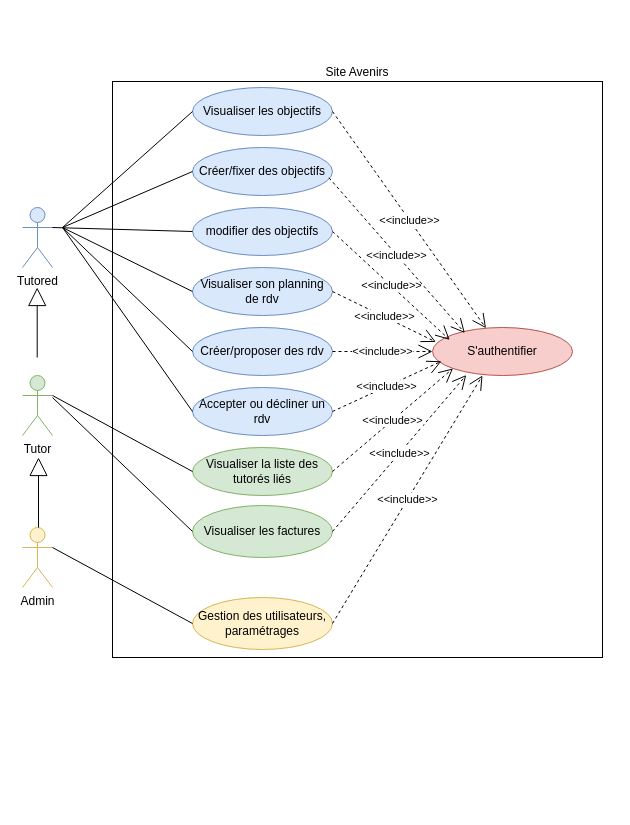
cbeauquel/oc_projet9 keeps this draw.io diagram as page "Diagramme cas d'utilisation" (1 of 4) of uml_avenirs.drawio. Above is the earlier version. Source tidied: cells renumbered, new cells numbered last; positions are measured from the earlier drawing's top-left corner, leaving out a move shared by most shapes. Both pictures are drawn from the tidied source at 100%, with x=0, y=0 at pixel (22, 81).
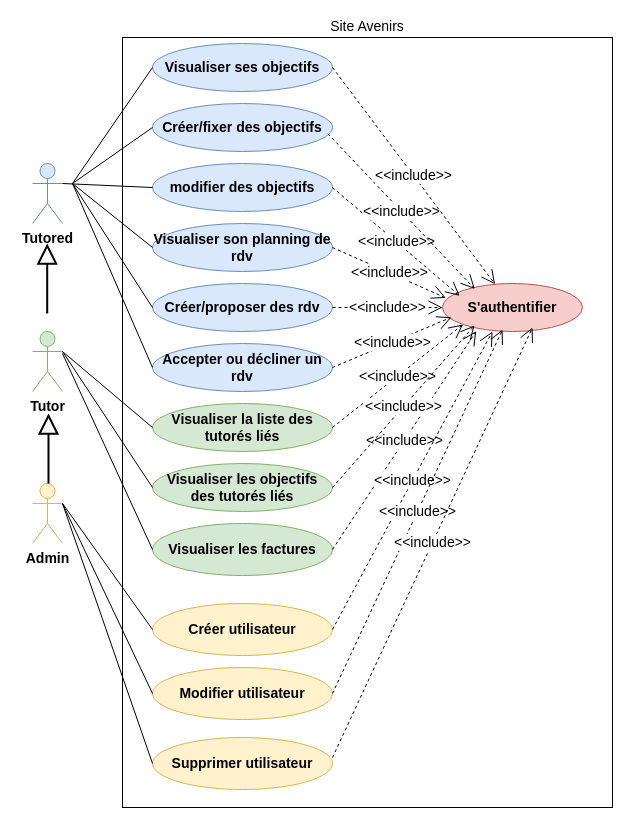
The same diagram, later.

Commit message (it also covers changes not shown here):
Mettre à jour uml_avenirs, diag activite (détail activités admin).drawio

The edit, as a diff of the source:
```diff
@@
-    <mxCell id="2" value="Tutored" style="shape=umlActor;verticalLabelPosition=bottom;verticalAlign=top;html=1;fillColor=#dae8fc;strokeColor=#6c8ebf;" parent="1" vertex="1">
-      <mxGeometry y="126" width="30" height="60" as="geometry" />
+    <mxCell id="2" value="Tutored" style="shape=umlActor;verticalLabelPosition=bottom;verticalAlign=top;html=1;fillColor=#dae8fc;strokeColor=#6c8ebf;fontSize=14;fontStyle=1;" parent="1" vertex="1">
+      <mxGeometry x="10" y="82" width="30" height="60" as="geometry" />
     </mxCell>
-    <mxCell id="3" value="Tutor" style="shape=umlActor;verticalLabelPosition=bottom;verticalAlign=top;html=1;outlineConnect=0;fillColor=#d5e8d4;strokeColor=#82b366;" parent="1" vertex="1">
-      <mxGeometry y="294" width="30" height="60" as="geometry" />
+    <mxCell id="3" value="Tutor" style="shape=umlActor;verticalLabelPosition=bottom;verticalAlign=top;html=1;outlineConnect=0;fillColor=#d5e8d4;strokeColor=#82b366;fontSize=14;fontStyle=1;" parent="1" vertex="1">
+      <mxGeometry x="10" y="250" width="30" height="60" as="geometry" />
     </mxCell>
-    <mxCell id="4" value="Admin" style="shape=umlActor;verticalLabelPosition=bottom;verticalAlign=top;html=1;outlineConnect=0;fillColor=#fff2cc;strokeColor=#d6b656;" parent="1" vertex="1">
-      <mxGeometry y="446" width="30" height="60" as="geometry" />
+    <mxCell id="4" value="Admin" style="shape=umlActor;verticalLabelPosition=bottom;verticalAlign=top;html=1;outlineConnect=0;fillColor=#fff2cc;strokeColor=#d6b656;fontSize=14;fontStyle=1;" parent="1" vertex="1">
+      <mxGeometry x="10" y="402" width="30" height="60" as="geometry" />
     </mxCell>
-    <mxCell id="5" value="Site Avenirs" style="html=1;whiteSpace=wrap;glass=0;labelPosition=center;verticalLabelPosition=top;align=center;verticalAlign=bottom;" parent="1" vertex="1">
-      <mxGeometry x="90" width="490" height="576" as="geometry" />
+    <mxCell id="5" value="Site Avenirs" style="html=1;whiteSpace=wrap;glass=0;labelPosition=center;verticalLabelPosition=top;align=center;verticalAlign=bottom;fontSize=14;fontStyle=0;" parent="1" vertex="1">
+      <mxGeometry x="100" y="-44" width="490" height="770" as="geometry" />
     </mxCell>
-    <mxCell id="6" value="S'authentifier" style="ellipse;whiteSpace=wrap;html=1;labelBackgroundColor=none;fillColor=#f8cecc;strokeColor=#b85450;" parent="1" vertex="1">
-      <mxGeometry x="410" y="246" width="140" height="48" as="geometry" />
+    <mxCell id="6" value="S'authentifier" style="ellipse;whiteSpace=wrap;html=1;labelBackgroundColor=none;fillColor=#f8cecc;strokeColor=#b85450;fontSize=14;fontStyle=1;" parent="1" vertex="1">
+      <mxGeometry x="420" y="202" width="140" height="48" as="geometry" />
     </mxCell>
-    <mxCell id="7" value="Visualiser les objectifs" style="ellipse;whiteSpace=wrap;html=1;fillColor=#dae8fc;strokeColor=#6c8ebf;" parent="1" vertex="1">
-      <mxGeometry x="170" y="6" width="140" height="48" as="geometry" />
+    <mxCell id="7" value="Visualiser ses objectifs" style="ellipse;whiteSpace=wrap;html=1;fillColor=#dae8fc;strokeColor=#6c8ebf;fontSize=14;fontStyle=1;" parent="1" vertex="1">
+      <mxGeometry x="130" y="-38" width="180" height="48" as="geometry" />
     </mxCell>
-    <mxCell id="8" value="Créer/fixer des objectifs" style="ellipse;whiteSpace=wrap;html=1;fillColor=#dae8fc;strokeColor=#6c8ebf;" parent="1" vertex="1">
-      <mxGeometry x="170" y="66" width="140" height="48" as="geometry" />
+    <mxCell id="8" value="Créer/fixer des objectifs" style="ellipse;whiteSpace=wrap;html=1;fillColor=#dae8fc;strokeColor=#6c8ebf;fontSize=14;fontStyle=1;" parent="1" vertex="1">
+      <mxGeometry x="130" y="22" width="180" height="48" as="geometry" />
     </mxCell>
-    <mxCell id="9" value="Créer/proposer des rdv" style="ellipse;whiteSpace=wrap;html=1;fillColor=#dae8fc;strokeColor=#6c8ebf;" parent="1" vertex="1">
-      <mxGeometry x="170" y="246" width="140" height="48" as="geometry" />
+    <mxCell id="9" value="Créer/proposer des rdv" style="ellipse;whiteSpace=wrap;html=1;fillColor=#dae8fc;strokeColor=#6c8ebf;fontSize=14;fontStyle=1;" parent="1" vertex="1">
+      <mxGeometry x="130" y="202" width="180" height="48" as="geometry" />
     </mxCell>
-    <mxCell id="10" value="Accepter ou décliner un rdv" style="ellipse;whiteSpace=wrap;html=1;fillColor=#dae8fc;strokeColor=#6c8ebf;" parent="1" vertex="1">
-      <mxGeometry x="170" y="306" width="140" height="48" as="geometry" />
+    <mxCell id="10" value="Accepter ou décliner un rdv" style="ellipse;whiteSpace=wrap;html=1;fillColor=#dae8fc;strokeColor=#6c8ebf;fontSize=14;fontStyle=1;" parent="1" vertex="1">
+      <mxGeometry x="130" y="262" width="180" height="48" as="geometry" />
     </mxCell>
-    <mxCell id="11" value="Visualiser la liste des tutorés liés" style="ellipse;whiteSpace=wrap;html=1;fillColor=#d5e8d4;strokeColor=#82b366;" parent="1" vertex="1">
-      <mxGeometry x="170" y="366" width="140" height="48" as="geometry" />
+    <mxCell id="11" value="Visualiser la liste des tutorés liés" style="ellipse;whiteSpace=wrap;html=1;fillColor=#d5e8d4;strokeColor=#82b366;fontSize=14;fontStyle=1;" parent="1" vertex="1">
+      <mxGeometry x="130" y="322" width="180" height="48" as="geometry" />
     </mxCell>
-    <mxCell id="12" value="Visualiser son planning de rdv" style="ellipse;whiteSpace=wrap;html=1;fillColor=#dae8fc;strokeColor=#6c8ebf;" parent="1" vertex="1">
-      <mxGeometry x="170" y="186" width="140" height="48" as="geometry" />
+    <mxCell id="12" value="Visualiser son planning de rdv" style="ellipse;whiteSpace=wrap;html=1;fillColor=#dae8fc;strokeColor=#6c8ebf;fontSize=14;fontStyle=1;" parent="1" vertex="1">
+      <mxGeometry x="130" y="142" width="180" height="48" as="geometry" />
     </mxCell>
-    <mxCell id="13" value="Visualiser les factures" style="ellipse;whiteSpace=wrap;html=1;fillColor=#d5e8d4;strokeColor=#82b366;" parent="1" vertex="1">
-      <mxGeometry x="170" y="424" width="140" height="52" as="geometry" />
+    <mxCell id="13" value="Visualiser les factures" style="ellipse;whiteSpace=wrap;html=1;fillColor=#d5e8d4;strokeColor=#82b366;fontSize=14;fontStyle=1;" parent="1" vertex="1">
+      <mxGeometry x="130" y="442" width="180" height="52" as="geometry" />
     </mxCell>
-    <mxCell id="14" value="modifier des objectifs" style="ellipse;whiteSpace=wrap;html=1;fillColor=#dae8fc;strokeColor=#6c8ebf;" parent="1" vertex="1">
-      <mxGeometry x="170" y="126" width="140" height="48" as="geometry" />
+    <mxCell id="14" value="modifier des objectifs" style="ellipse;whiteSpace=wrap;html=1;fillColor=#dae8fc;strokeColor=#6c8ebf;fontSize=14;fontStyle=1;" parent="1" vertex="1">
+      <mxGeometry x="130" y="82" width="180" height="48" as="geometry" />
     </mxCell>
-    <mxCell id="15" value="&amp;lt;&amp;lt;include&amp;gt;&amp;gt;" style="endArrow=open;endSize=12;dashed=1;html=1;rounded=0;exitX=1;exitY=0.5;exitDx=0;exitDy=0;entryX=0.241;entryY=0.991;entryDx=0;entryDy=0;entryPerimeter=0;" parent="1" edge="1" source="13" target="6">
+    <mxCell id="15" value="&amp;lt;&amp;lt;include&amp;gt;&amp;gt;" style="endArrow=open;endSize=12;dashed=1;html=1;rounded=0;exitX=1;exitY=0.5;exitDx=0;exitDy=0;entryX=0.241;entryY=0.991;entryDx=0;entryDy=0;entryPerimeter=0;fontSize=14;fontStyle=0;" parent="1" edge="1" source="13" target="6">
       <mxGeometry relative="1" as="geometry" />
     </mxCell>
-    <mxCell id="16" value="&amp;lt;&amp;lt;include&amp;gt;&amp;gt;" style="endArrow=open;endSize=12;dashed=1;html=1;rounded=0;exitX=1;exitY=0.5;exitDx=0;exitDy=0;entryX=0;entryY=1;entryDx=0;entryDy=0;" parent="1" edge="1" source="11" target="6">
+    <mxCell id="16" value="&amp;lt;&amp;lt;include&amp;gt;&amp;gt;" style="endArrow=open;endSize=12;dashed=1;html=1;rounded=0;exitX=1;exitY=0.5;exitDx=0;exitDy=0;entryX=0;entryY=1;entryDx=0;entryDy=0;fontSize=14;fontStyle=0;" parent="1" edge="1" source="11" target="6">
       <mxGeometry relative="1" as="geometry" />
     </mxCell>
-    <mxCell id="17" value="Gestion des utilisateurs, paramétrages" style="ellipse;whiteSpace=wrap;html=1;fillColor=#fff2cc;strokeColor=#d6b656;" parent="1" vertex="1">
-      <mxGeometry x="170" y="516" width="140" height="52" as="geometry" />
+    <mxCell id="17" value="Créer utilisateur" style="ellipse;whiteSpace=wrap;html=1;fillColor=#fff2cc;strokeColor=#d6b656;fontSize=14;fontStyle=1;" parent="1" vertex="1">
+      <mxGeometry x="130" y="522" width="180" height="52" as="geometry" />
     </mxCell>
-    <mxCell id="18" value="&amp;lt;&amp;lt;include&amp;gt;&amp;gt;" style="endArrow=open;endSize=12;dashed=1;html=1;rounded=0;exitX=1;exitY=0.5;exitDx=0;exitDy=0;entryX=0.357;entryY=1;entryDx=0;entryDy=0;entryPerimeter=0;" parent="1" edge="1" source="17" target="6">
+    <mxCell id="18" value="&amp;lt;&amp;lt;include&amp;gt;&amp;gt;" style="endArrow=open;endSize=12;dashed=1;html=1;rounded=0;exitX=1;exitY=0.5;exitDx=0;exitDy=0;entryX=0.357;entryY=1;entryDx=0;entryDy=0;entryPerimeter=0;fontSize=14;fontStyle=0;" parent="1" edge="1" source="17" target="6">
       <mxGeometry relative="1" as="geometry" />
     </mxCell>
-    <mxCell id="19" value="&amp;lt;&amp;lt;include&amp;gt;&amp;gt;" style="endArrow=open;endSize=12;dashed=1;html=1;rounded=0;exitX=1;exitY=0.5;exitDx=0;exitDy=0;entryX=0.064;entryY=0.703;entryDx=0;entryDy=0;entryPerimeter=0;" parent="1" edge="1" source="10" target="6">
+    <mxCell id="19" value="&amp;lt;&amp;lt;include&amp;gt;&amp;gt;" style="endArrow=open;endSize=12;dashed=1;html=1;rounded=0;exitX=1;exitY=0.5;exitDx=0;exitDy=0;entryX=0.064;entryY=0.703;entryDx=0;entryDy=0;entryPerimeter=0;fontSize=14;fontStyle=0;" parent="1" edge="1" source="10" target="6">
       <mxGeometry relative="1" as="geometry" />
     </mxCell>
-    <mxCell id="20" value="&amp;lt;&amp;lt;include&amp;gt;&amp;gt;" style="endArrow=open;endSize=12;dashed=1;html=1;rounded=0;exitX=1;exitY=0.5;exitDx=0;exitDy=0;entryX=0;entryY=0.5;entryDx=0;entryDy=0;" parent="1" edge="1" source="9" target="6">
+    <mxCell id="20" value="&amp;lt;&amp;lt;include&amp;gt;&amp;gt;" style="endArrow=open;endSize=12;dashed=1;html=1;rounded=0;exitX=1;exitY=0.5;exitDx=0;exitDy=0;entryX=0;entryY=0.5;entryDx=0;entryDy=0;fontSize=14;fontStyle=0;" parent="1" edge="1" source="9" target="6">
       <mxGeometry relative="1" as="geometry" />
     </mxCell>
-    <mxCell id="21" value="&amp;lt;&amp;lt;include&amp;gt;&amp;gt;" style="endArrow=open;endSize=12;dashed=1;html=1;rounded=0;exitX=1;exitY=0.5;exitDx=0;exitDy=0;entryX=0.024;entryY=0.301;entryDx=0;entryDy=0;entryPerimeter=0;" parent="1" edge="1" source="12" target="6">
+    <mxCell id="21" value="&amp;lt;&amp;lt;include&amp;gt;&amp;gt;" style="endArrow=open;endSize=12;dashed=1;html=1;rounded=0;exitX=1;exitY=0.5;exitDx=0;exitDy=0;entryX=0.024;entryY=0.301;entryDx=0;entryDy=0;entryPerimeter=0;fontSize=14;fontStyle=0;" parent="1" edge="1" source="12" target="6">
       <mxGeometry relative="1" as="geometry" />
     </mxCell>
-    <mxCell id="22" value="&amp;lt;&amp;lt;include&amp;gt;&amp;gt;" style="endArrow=open;endSize=12;dashed=1;html=1;rounded=0;exitX=1;exitY=0.5;exitDx=0;exitDy=0;entryX=0.123;entryY=0.258;entryDx=0;entryDy=0;entryPerimeter=0;" parent="1" edge="1" source="14" target="6">
+    <mxCell id="22" value="&amp;lt;&amp;lt;include&amp;gt;&amp;gt;" style="endArrow=open;endSize=12;dashed=1;html=1;rounded=0;exitX=1;exitY=0.5;exitDx=0;exitDy=0;entryX=0.123;entryY=0.258;entryDx=0;entryDy=0;entryPerimeter=0;fontSize=14;fontStyle=0;" parent="1" edge="1" source="14" target="6">
       <mxGeometry relative="1" as="geometry" />
     </mxCell>
-    <mxCell id="23" value="&amp;lt;&amp;lt;include&amp;gt;&amp;gt;" style="endArrow=open;endSize=12;dashed=1;html=1;rounded=0;exitX=0.975;exitY=0.631;exitDx=0;exitDy=0;entryX=0.231;entryY=0.114;entryDx=0;entryDy=0;exitPerimeter=0;entryPerimeter=0;" parent="1" edge="1" source="8" target="6">
+    <mxCell id="23" value="&amp;lt;&amp;lt;include&amp;gt;&amp;gt;" style="endArrow=open;endSize=12;dashed=1;html=1;rounded=0;exitX=0.975;exitY=0.631;exitDx=0;exitDy=0;entryX=0.231;entryY=0.114;entryDx=0;entryDy=0;exitPerimeter=0;entryPerimeter=0;fontSize=14;fontStyle=0;" parent="1" edge="1" source="8" target="6">
       <mxGeometry relative="1" as="geometry" />
     </mxCell>
-    <mxCell id="24" value="&amp;lt;&amp;lt;include&amp;gt;&amp;gt;" style="endArrow=open;endSize=12;dashed=1;html=1;rounded=0;exitX=1;exitY=0.5;exitDx=0;exitDy=0;" parent="1" edge="1" source="7" target="6">
+    <mxCell id="24" value="&amp;lt;&amp;lt;include&amp;gt;&amp;gt;" style="endArrow=open;endSize=12;dashed=1;html=1;rounded=0;exitX=1;exitY=0.5;exitDx=0;exitDy=0;fontSize=14;fontStyle=0;" parent="1" edge="1" source="7" target="6">
       <mxGeometry relative="1" as="geometry" />
     </mxCell>
-    <mxCell id="25" style="endArrow=block;endSize=16;endFill=0;html=1;rounded=0;exitX=0.5;exitY=0;exitDx=0;exitDy=0;exitPerimeter=0;" parent="1" edge="1">
+    <mxCell id="25" style="endArrow=block;endSize=16;endFill=0;html=1;rounded=0;exitX=0.5;exitY=0;exitDx=0;exitDy=0;exitPerimeter=0;fontSize=14;fontStyle=0;strokeWidth=2;" parent="1" edge="1">
       <mxGeometry relative="1" as="geometry">
-        <mxPoint x="16" y="446" as="sourcePoint" />
-        <mxPoint x="16" y="376" as="targetPoint" />
+        <mxPoint x="26" y="402" as="sourcePoint" />
+        <mxPoint x="26" y="332" as="targetPoint" />
       </mxGeometry>
     </mxCell>
-    <mxCell id="26" style="endArrow=block;endSize=16;endFill=0;html=1;rounded=0;exitX=0.5;exitY=0;exitDx=0;exitDy=0;exitPerimeter=0;" parent="1" edge="1">
+    <mxCell id="26" style="endArrow=block;endSize=16;endFill=0;html=1;rounded=0;exitX=0.5;exitY=0;exitDx=0;exitDy=0;exitPerimeter=0;fontSize=14;fontStyle=0;strokeWidth=2;" parent="1" edge="1">
       <mxGeometry relative="1" as="geometry">
-        <mxPoint x="14.7" y="276" as="sourcePoint" />
-        <mxPoint x="14.7" y="206" as="targetPoint" />
+        <mxPoint x="24.7" y="232" as="sourcePoint" />
+        <mxPoint x="24.7" y="162" as="targetPoint" />
       </mxGeometry>
     </mxCell>
-    <mxCell id="27" style="rounded=0;jettySize=auto;html=1;entryX=0;entryY=0.5;entryDx=0;entryDy=0;endArrow=none;endFill=0;" parent="1" edge="1" target="7">
+    <mxCell id="27" style="rounded=0;jettySize=auto;html=1;entryX=0;entryY=0.5;entryDx=0;entryDy=0;endArrow=none;endFill=0;fontSize=14;fontStyle=0;" parent="1" edge="1" target="7">
       <mxGeometry relative="1" as="geometry">
-        <mxPoint x="40" y="146" as="sourcePoint" />
+        <mxPoint x="50" y="102" as="sourcePoint" />
       </mxGeometry>
     </mxCell>
-    <mxCell id="28" style="rounded=0;jettySize=auto;html=1;entryX=0;entryY=0.5;entryDx=0;entryDy=0;endArrow=none;endFill=0;" parent="1" edge="1" target="8">
+    <mxCell id="28" style="rounded=0;jettySize=auto;html=1;entryX=0;entryY=0.5;entryDx=0;entryDy=0;endArrow=none;endFill=0;fontSize=14;fontStyle=0;" parent="1" edge="1" target="8">
       <mxGeometry relative="1" as="geometry">
-        <mxPoint x="40" y="146" as="sourcePoint" />
+        <mxPoint x="50" y="102" as="sourcePoint" />
       </mxGeometry>
     </mxCell>
-    <mxCell id="29" style="rounded=0;jettySize=auto;html=1;entryX=0;entryY=0.5;entryDx=0;entryDy=0;endArrow=none;endFill=0;" parent="1" edge="1" target="14">
+    <mxCell id="29" style="rounded=0;jettySize=auto;html=1;entryX=0;entryY=0.5;entryDx=0;entryDy=0;endArrow=none;endFill=0;fontSize=14;fontStyle=0;" parent="1" edge="1" target="14">
       <mxGeometry relative="1" as="geometry">
-        <mxPoint x="30" y="146" as="sourcePoint" />
+        <mxPoint x="40" y="102" as="sourcePoint" />
       </mxGeometry>
     </mxCell>
-    <mxCell id="30" style="rounded=0;jettySize=auto;html=1;entryX=0;entryY=0.5;entryDx=0;entryDy=0;endArrow=none;endFill=0;" parent="1" edge="1" target="12">
+    <mxCell id="30" style="rounded=0;jettySize=auto;html=1;entryX=0;entryY=0.5;entryDx=0;entryDy=0;endArrow=none;endFill=0;fontSize=14;fontStyle=0;" parent="1" edge="1" target="12">
       <mxGeometry relative="1" as="geometry">
-        <mxPoint x="40" y="146" as="sourcePoint" />
+        <mxPoint x="50" y="102" as="sourcePoint" />
       </mxGeometry>
     </mxCell>
-    <mxCell id="31" style="rounded=0;jettySize=auto;html=1;entryX=0;entryY=0.5;entryDx=0;entryDy=0;endArrow=none;endFill=0;" parent="1" edge="1" target="9">
+    <mxCell id="31" style="rounded=0;jettySize=auto;html=1;entryX=0;entryY=0.5;entryDx=0;entryDy=0;endArrow=none;endFill=0;fontSize=14;fontStyle=0;" parent="1" edge="1" target="9">
       <mxGeometry relative="1" as="geometry">
-        <mxPoint x="40" y="146" as="sourcePoint" />
+        <mxPoint x="50" y="102" as="sourcePoint" />
       </mxGeometry>
     </mxCell>
-    <mxCell id="32" style="rounded=0;jettySize=auto;html=1;entryX=0;entryY=0.5;entryDx=0;entryDy=0;endArrow=none;endFill=0;" parent="1" edge="1" target="10">
+    <mxCell id="32" style="rounded=0;jettySize=auto;html=1;entryX=0;entryY=0.5;entryDx=0;entryDy=0;endArrow=none;endFill=0;fontSize=14;fontStyle=0;" parent="1" edge="1" target="10">
       <mxGeometry relative="1" as="geometry">
-        <mxPoint x="40" y="146" as="sourcePoint" />
+        <mxPoint x="50" y="102" as="sourcePoint" />
       </mxGeometry>
     </mxCell>
-    <mxCell id="33" style="rounded=0;jettySize=auto;html=1;entryX=0;entryY=0.5;entryDx=0;entryDy=0;endArrow=none;endFill=0;exitX=1;exitY=0.3333333333333333;exitDx=0;exitDy=0;exitPerimeter=0;" parent="1" edge="1" source="3" target="11">
+    <mxCell id="33" style="rounded=0;jettySize=auto;html=1;entryX=0;entryY=0.5;entryDx=0;entryDy=0;endArrow=none;endFill=0;exitX=1;exitY=0.3333333333333333;exitDx=0;exitDy=0;exitPerimeter=0;fontSize=14;fontStyle=0;" parent="1" edge="1" source="3" target="11">
       <mxGeometry relative="1" as="geometry" />
     </mxCell>
-    <mxCell id="34" style="rounded=0;jettySize=auto;html=1;entryX=0;entryY=0.5;entryDx=0;entryDy=0;endArrow=none;endFill=0;" parent="1" edge="1" target="13">
+    <mxCell id="34" style="rounded=0;jettySize=auto;html=1;entryX=0;entryY=0.5;entryDx=0;entryDy=0;endArrow=none;endFill=0;fontSize=14;fontStyle=0;" parent="1" edge="1" target="13">
       <mxGeometry relative="1" as="geometry">
-        <mxPoint x="30" y="316" as="sourcePoint" />
+        <mxPoint x="40" y="272" as="sourcePoint" />
       </mxGeometry>
     </mxCell>
-    <mxCell id="35" style="rounded=0;jettySize=auto;html=1;entryX=0;entryY=0.5;entryDx=0;entryDy=0;endArrow=none;endFill=0;exitX=1;exitY=0.3333333333333333;exitDx=0;exitDy=0;exitPerimeter=0;" parent="1" edge="1" source="4" target="17">
+    <mxCell id="35" style="rounded=0;jettySize=auto;html=1;entryX=0;entryY=0.5;entryDx=0;entryDy=0;endArrow=none;endFill=0;exitX=1;exitY=0.3333333333333333;exitDx=0;exitDy=0;exitPerimeter=0;fontSize=14;fontStyle=0;" parent="1" edge="1" source="4" target="17">
       <mxGeometry relative="1" as="geometry" />
     </mxCell>
+    <mxCell id="36" value="Visualiser les objectifs des tutorés liés" style="ellipse;whiteSpace=wrap;html=1;fillColor=#d5e8d4;strokeColor=#82b366;fontSize=14;fontStyle=1;" parent="1" vertex="1">
+      <mxGeometry x="130" y="382" width="180" height="48" as="geometry" />
+    </mxCell>
+    <mxCell id="37" style="endArrow=none;html=1;rounded=0;entryX=0;entryY=0.5;entryDx=0;entryDy=0;exitX=1;exitY=0.3333333333333333;exitDx=0;exitDy=0;exitPerimeter=0;" parent="1" edge="1" source="3" target="36">
+      <mxGeometry relative="1" as="geometry" />
+    </mxCell>
+    <mxCell id="38" value="&amp;lt;&amp;lt;include&amp;gt;&amp;gt;" style="endArrow=open;endSize=12;dashed=1;html=1;rounded=0;exitX=1;exitY=0.5;exitDx=0;exitDy=0;entryX=0.229;entryY=0.875;entryDx=0;entryDy=0;entryPerimeter=0;fontSize=14;fontStyle=0;" parent="1" edge="1" source="36" target="6">
+      <mxGeometry relative="1" as="geometry" />
+    </mxCell>
+    <mxCell id="39" value="Modifier utilisateur" style="ellipse;whiteSpace=wrap;html=1;fillColor=#fff2cc;strokeColor=#d6b656;fontSize=14;fontStyle=1;" parent="1" vertex="1">
+      <mxGeometry x="130" y="586" width="180" height="52" as="geometry" />
+    </mxCell>
+    <mxCell id="40" value="Supprimer utilisateur" style="ellipse;whiteSpace=wrap;html=1;fillColor=#fff2cc;strokeColor=#d6b656;fontSize=14;fontStyle=1;" parent="1" vertex="1">
+      <mxGeometry x="130" y="656" width="180" height="52" as="geometry" />
+    </mxCell>
+    <mxCell id="41" style="rounded=0;jettySize=auto;html=1;exitX=1;exitY=0.3333333333333333;exitDx=0;exitDy=0;exitPerimeter=0;entryX=0;entryY=0.5;entryDx=0;entryDy=0;endArrow=none;endFill=0;" parent="1" edge="1" source="4" target="39">
+      <mxGeometry relative="1" as="geometry" />
+    </mxCell>
+    <mxCell id="42" style="rounded=0;jettySize=auto;html=1;exitX=1;exitY=0.3333333333333333;exitDx=0;exitDy=0;exitPerimeter=0;entryX=0;entryY=0.5;entryDx=0;entryDy=0;endArrow=none;endFill=0;" parent="1" edge="1" source="4" target="40">
+      <mxGeometry relative="1" as="geometry" />
+    </mxCell>
+    <mxCell id="43" value="&amp;lt;&amp;lt;include&amp;gt;&amp;gt;" style="endArrow=open;endSize=12;dashed=1;html=1;rounded=0;exitX=1;exitY=0.5;exitDx=0;exitDy=0;entryX=0.429;entryY=0.958;entryDx=0;entryDy=0;entryPerimeter=0;fontSize=14;fontStyle=0;" parent="1" edge="1" source="39" target="6">
+      <mxGeometry relative="1" as="geometry" />
+    </mxCell>
+    <mxCell id="44" value="&amp;lt;&amp;lt;include&amp;gt;&amp;gt;" style="endArrow=open;endSize=12;dashed=1;html=1;rounded=0;exitX=1;exitY=0.385;exitDx=0;exitDy=0;entryX=0.643;entryY=0.917;entryDx=0;entryDy=0;entryPerimeter=0;fontSize=14;fontStyle=0;exitPerimeter=0;" parent="1" edge="1" source="40" target="6">
+      <mxGeometry relative="1" as="geometry" />
+    </mxCell>
```
